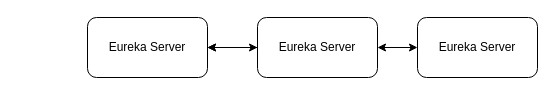
business10/lynch keeps this draw.io diagram as 未命名绘图.drawio. Above is the earlier version. Source tidied: cells renumbered, new cells numbered last; positions are measured from the earlier drawing's top-left corner, leaving out a move shared by most shapes. Both pictures are drawn from the tidied source at 100%, with x=0, y=0 at pixel (87, 17).
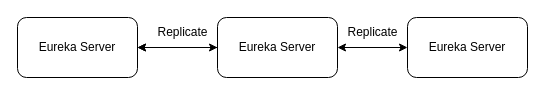
Above is the later version.

The edit, as a diff of the source:
```diff
@@
 <mxGraphModel>
   <root>
     <mxCell id="0" />
     <mxCell id="1" parent="0" />
     <mxCell id="2" value="Eureka Server" style="rounded=1;whiteSpace=wrap;html=1;" parent="1" vertex="1">
-      <mxGeometry width="120" height="60" as="geometry" />
+      <mxGeometry x="-70" width="120" height="60" as="geometry" />
     </mxCell>
     <mxCell id="3" style="edgeStyle=orthogonalEdgeStyle;rounded=0;jettySize=auto;html=1;" parent="1" edge="1" source="4" target="2">
       <mxGeometry relative="1" as="geometry" />
     </mxCell>
     <mxCell id="4" value="Eureka Server" style="rounded=1;whiteSpace=wrap;html=1;" parent="1" vertex="1">
-      <mxGeometry x="170" width="120" height="60" as="geometry" />
+      <mxGeometry x="130" width="120" height="60" as="geometry" />
     </mxCell>
-    <mxCell id="5" style="endArrow=classic;startArrow=classic;html=1;rounded=0;exitX=1;exitY=0.5;exitDx=0;exitDy=0;" parent="1" edge="1" source="2">
-      <mxGeometry relative="1" as="geometry">
-        <mxPoint x="170" y="30" as="targetPoint" />
-      </mxGeometry>
+    <mxCell id="5" style="endArrow=classic;startArrow=classic;html=1;rounded=0;exitX=1;exitY=0.5;exitDx=0;exitDy=0;entryX=0;entryY=0.5;entryDx=0;entryDy=0;" parent="1" edge="1" source="2" target="4">
+      <mxGeometry relative="1" as="geometry" />
     </mxCell>
     <mxCell id="6" value="Eureka Server" style="rounded=1;whiteSpace=wrap;html=1;" parent="1" vertex="1">
-      <mxGeometry x="330" width="120" height="60" as="geometry" />
+      <mxGeometry x="320" width="120" height="60" as="geometry" />
     </mxCell>
     <mxCell id="7" style="endArrow=classic;startArrow=classic;html=1;rounded=0;exitX=1;exitY=0.5;exitDx=0;exitDy=0;entryX=0;entryY=0.5;entryDx=0;entryDy=0;" parent="1" edge="1" source="4" target="6">
       <mxGeometry relative="1" as="geometry" />
     </mxCell>
+    <mxCell id="8" value="Replicate" style="text;html=1;align=center;verticalAlign=middle;strokeColor=none;fillColor=none;" parent="1" vertex="1">
+      <mxGeometry x="60" width="70" height="30" as="geometry" />
+    </mxCell>
+    <mxCell id="9" value="Replicate" style="text;html=1;align=center;verticalAlign=middle;strokeColor=none;fillColor=none;" parent="1" vertex="1">
+      <mxGeometry x="250" width="70" height="30" as="geometry" />
+    </mxCell>
   </root>
 </mxGraphModel>
```
